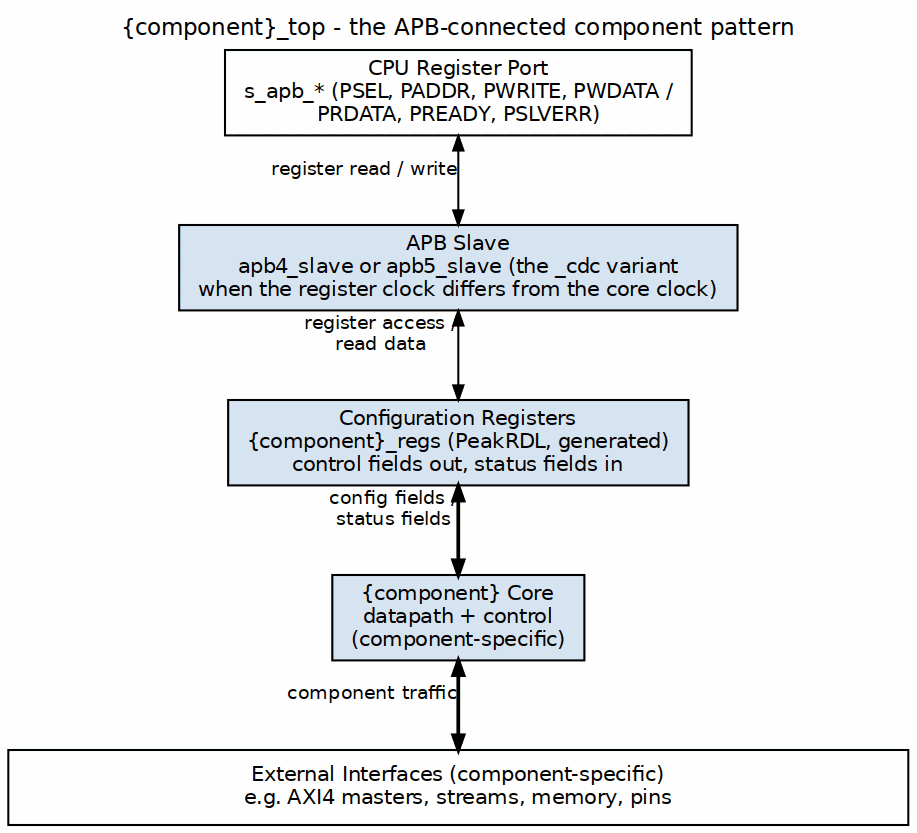
sean-galloway/RTLDesignSherpa keeps this Graphviz diagram as docs/markdown/assets/projects/graphviz/component_pattern.png. Above is the earlier version. Its source is kept beside it as docs/markdown/assets/projects/graphviz/component_pattern.dot. Source of this version:
```dot
digraph component_pattern {
    graph [rankdir=TB, bgcolor="white", fontname="Helvetica", fontsize=11,
           nodesep="0.45", ranksep="0.60", splines=ortho, newrank=true,
           label="{component}_top - the APB-connected component pattern",
           labelloc=t, labeljust=c];
    node  [fontname="Helvetica", fontsize=10, shape=box, style=filled,
           fillcolor="#D6E4F0", color="black", margin="0.12,0.06"];
    edge  [fontname="Helvetica", fontsize=9, color="black", arrowsize=0.7];

    cpu  [label="CPU Register Port\ns_apb_* (PSEL, PADDR, PWRITE, PWDATA /\nPRDATA, PREADY, PSLVERR)", fillcolor="white"];
    apb  [label="APB Slave\napb4_slave or apb5_slave (the _cdc variant\nwhen the register clock differs from the core clock)"];
    regs [label="Configuration Registers\n{component}_regs (PeakRDL, generated)\ncontrol fields out, status fields in"];
    core [label="{component} Core\ndatapath + control\n(component-specific)"];
    bar  [label="External Interfaces (component-specific)\ne.g. AXI4 masters, streams, memory, pins", fillcolor="white", width=6.0];

    cpu  -> apb  [dir=both, xlabel="register read / write"];
    apb  -> regs [dir=both, xlabel="register access /\nread data"];
    regs -> core [dir=both, xlabel="config fields /\nstatus fields", penwidth=1.8];
    core -> bar  [dir=both, xlabel="component traffic", penwidth=1.8];
}
```
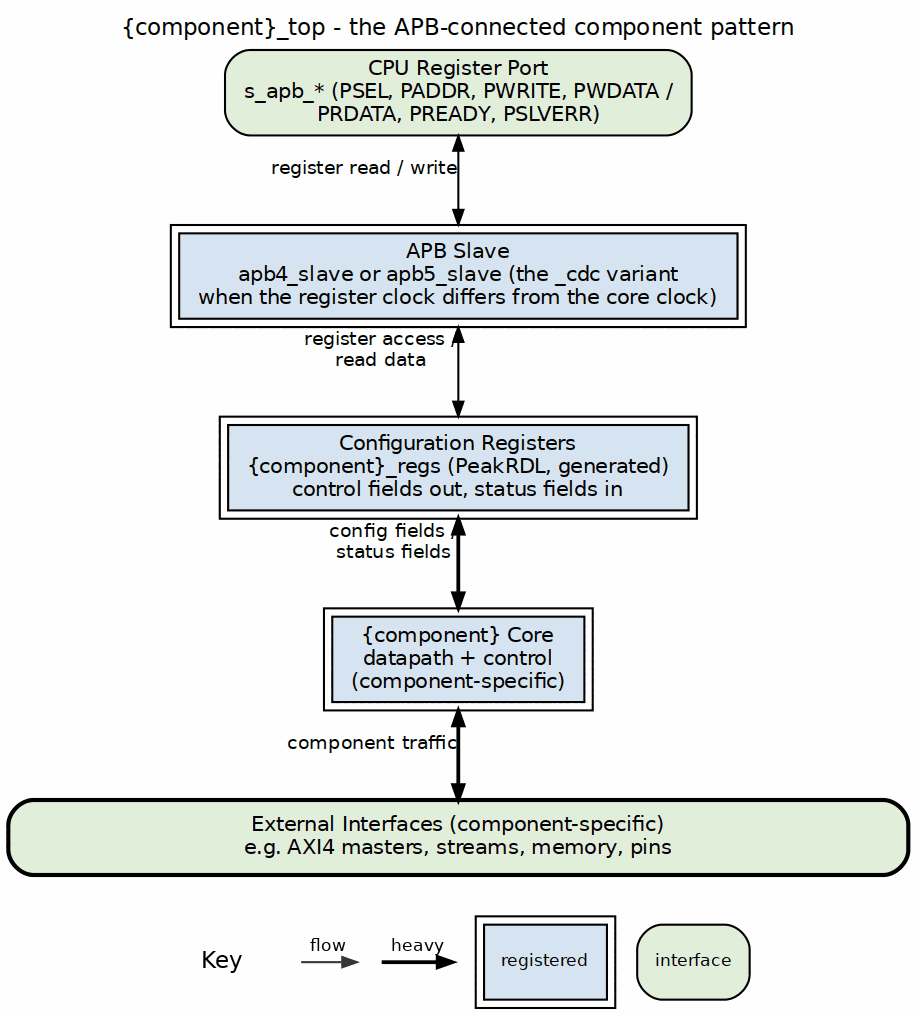
Later version of the same file.

What changed in the source:
```diff
@@ -4,14 +4,14 @@
            label="{component}_top - the APB-connected component pattern",
            labelloc=t, labeljust=c];
     node  [fontname="Helvetica", fontsize=10, shape=box, style=filled,
-           fillcolor="#D6E4F0", color="black", margin="0.12,0.06"];
+           fillcolor="white", color="black", margin="0.12,0.06"];
     edge  [fontname="Helvetica", fontsize=9, color="black", arrowsize=0.7];
 
-    cpu  [label="CPU Register Port\ns_apb_* (PSEL, PADDR, PWRITE, PWDATA /\nPRDATA, PREADY, PSLVERR)", fillcolor="white"];
-    apb  [label="APB Slave\napb4_slave or apb5_slave (the _cdc variant\nwhen the register clock differs from the core clock)"];
-    regs [label="Configuration Registers\n{component}_regs (PeakRDL, generated)\ncontrol fields out, status fields in"];
-    core [label="{component} Core\ndatapath + control\n(component-specific)"];
-    bar  [label="External Interfaces (component-specific)\ne.g. AXI4 masters, streams, memory, pins", fillcolor="white", width=6.0];
+    cpu  [label="CPU Register Port\ns_apb_* (PSEL, PADDR, PWRITE, PWDATA /\nPRDATA, PREADY, PSLVERR)", fillcolor="white", style="rounded,filled", fillcolor="#E2EFDA"];
+    apb  [label="APB Slave\napb4_slave or apb5_slave (the _cdc variant\nwhen the register clock differs from the core clock)", peripheries=2, style="filled", fillcolor="#D6E4F0"];
+    regs [label="Configuration Registers\n{component}_regs (PeakRDL, generated)\ncontrol fields out, status fields in", peripheries=2, style="filled", fillcolor="#D6E4F0"];
+    core [label="{component} Core\ndatapath + control\n(component-specific)", peripheries=2, style="filled", fillcolor="#D6E4F0"];
+    bar  [label="External Interfaces (component-specific)\ne.g. AXI4 masters, streams, memory, pins", fillcolor="white", width=6.0, style="rounded,filled,bold", fillcolor="#E2EFDA"];
 
     cpu  -> apb  [dir=both, xlabel="register read / write"];
     apb  -> regs [dir=both, xlabel="register access /\nread data"];
```
